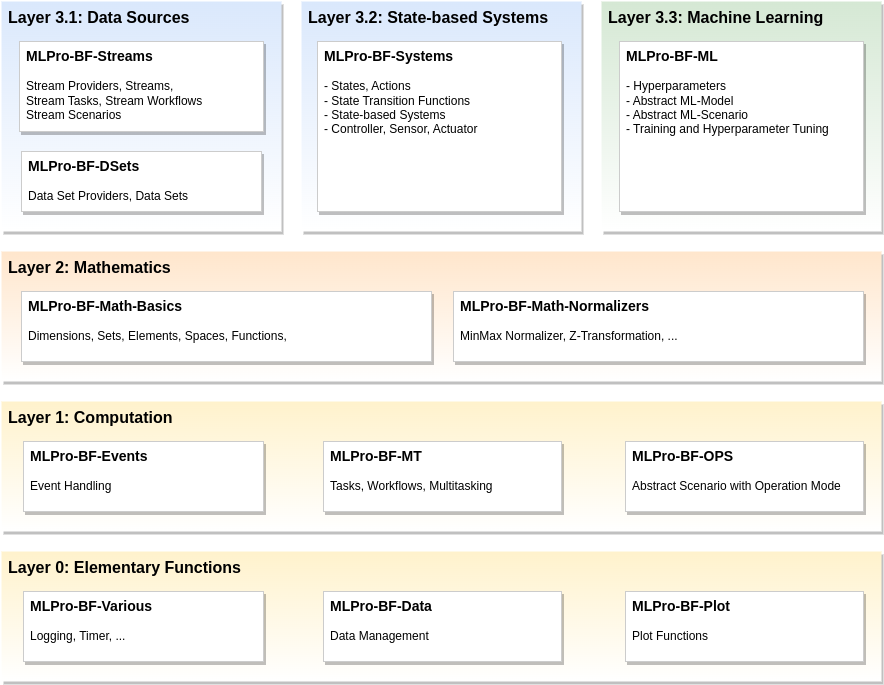
Before: doc/rtd/content/02_basic_functions/mlpro_bf/sub/images/MLPro-BF_Overview.drawio.png, a diagram exported from draw.io (fhswf/MLPro). Source tidied: cells renumbered, new cells last; positions are measured from the earlier drawing's top-left corner, leaving out a move shared by most shapes.
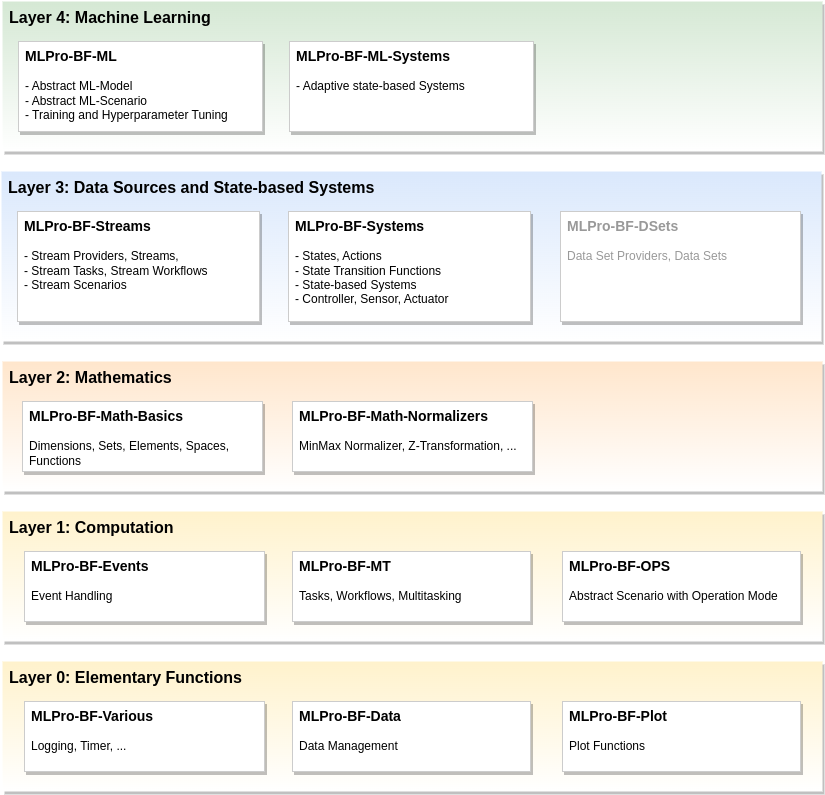
The same file after the commit.

Commit message:
ReadTheDocs - Basic Functions #149

The edit, as a diff of the source:
```diff
@@ -3,58 +3,58 @@
     <mxCell id="0" />
     <mxCell id="1" parent="0" />
     <mxCell id="2" value="Layer 0: Elementary Functions" style="rounded=0;whiteSpace=wrap;html=1;shadow=1;glass=0;fontSize=16;align=left;labelPosition=center;verticalLabelPosition=middle;verticalAlign=top;spacingLeft=5;fontStyle=1;strokeColor=none;fillColor=#fff2cc;strokeWidth=1;fontFamily=Helvetica;gradientColor=#FFFFFF;" parent="1" vertex="1">
-      <mxGeometry y="550" width="880" height="130" as="geometry" />
+      <mxGeometry y="650" width="820" height="130" as="geometry" />
     </mxCell>
-    <mxCell id="3" value="Layer 3.1: Data Sources" style="rounded=0;whiteSpace=wrap;html=1;shadow=1;glass=0;fontSize=16;align=left;labelPosition=center;verticalLabelPosition=middle;verticalAlign=top;spacingLeft=5;spacingRight=5;fontStyle=1;fillColor=#dae8fc;strokeColor=none;strokeWidth=2;gradientColor=#FFFFFF;" parent="1" vertex="1">
-      <mxGeometry width="280" height="230" as="geometry" />
+    <mxCell id="3" value="Layer 3: Data Sources and State-based Systems" style="rounded=0;whiteSpace=wrap;html=1;shadow=1;glass=0;fontSize=16;align=left;labelPosition=center;verticalLabelPosition=middle;verticalAlign=top;spacingLeft=5;spacingRight=5;fontStyle=1;fillColor=#dae8fc;strokeColor=none;strokeWidth=2;gradientColor=#FFFFFF;" parent="1" vertex="1">
+      <mxGeometry x="-1" y="160" width="820" height="170" as="geometry" />
     </mxCell>
     <mxCell id="4" value="Layer 2: Mathematics" style="rounded=0;whiteSpace=wrap;html=1;shadow=1;glass=0;fontSize=16;align=left;labelPosition=center;verticalLabelPosition=middle;verticalAlign=top;spacingLeft=5;fontStyle=1;fillColor=#ffe6cc;strokeColor=none;strokeWidth=1;gradientColor=#FFFFFF;" parent="1" vertex="1">
-      <mxGeometry y="250" width="880" height="130" as="geometry" />
+      <mxGeometry y="350" width="820" height="130" as="geometry" />
     </mxCell>
     <mxCell id="5" value="Layer 1: Computation" style="rounded=0;whiteSpace=wrap;html=1;shadow=1;glass=0;fontSize=16;align=left;labelPosition=center;verticalLabelPosition=middle;verticalAlign=top;spacingLeft=5;fontStyle=1;fillColor=#fff2cc;strokeColor=none;strokeWidth=1;gradientColor=#FFFFFF;" parent="1" vertex="1">
-      <mxGeometry y="400" width="880" height="130" as="geometry" />
+      <mxGeometry y="500" width="820" height="130" as="geometry" />
     </mxCell>
     <mxCell id="6" value="&lt;font style=&quot;font-size: 14px;&quot;&gt;MLPro-BF-Various&lt;/font&gt;&lt;br&gt;&lt;span style=&quot;font-weight: normal;&quot;&gt;&lt;br&gt;Logging, Timer, ...&lt;/span&gt;" style="rounded=0;whiteSpace=wrap;html=1;glass=0;shadow=1;align=left;verticalAlign=top;fontStyle=1;spacingLeft=5;strokeColor=#CCCCCC;" parent="1" vertex="1">
-      <mxGeometry x="22" y="590" width="240" height="70" as="geometry" />
+      <mxGeometry x="22" y="690" width="240" height="70" as="geometry" />
     </mxCell>
-    <mxCell id="7" value="&lt;font style=&quot;font-size: 14px;&quot;&gt;MLPro-BF-Math-Basics&lt;br&gt;&lt;/font&gt;&lt;span style=&quot;font-weight: normal;&quot;&gt;&lt;br&gt;Dimensions, Sets, Elements, Spaces, Functions,&amp;nbsp;&lt;/span&gt;" style="rounded=0;whiteSpace=wrap;html=1;glass=0;shadow=1;align=left;verticalAlign=top;fontStyle=1;spacingLeft=5;strokeColor=#CCCCCC;" parent="1" vertex="1">
-      <mxGeometry x="20" y="290" width="410" height="70" as="geometry" />
+    <mxCell id="7" value="&lt;font style=&quot;font-size: 14px;&quot;&gt;MLPro-BF-Math-Basics&lt;br&gt;&lt;/font&gt;&lt;span style=&quot;font-weight: normal;&quot;&gt;&lt;br&gt;Dimensions, Sets, Elements, Spaces, Functions&lt;/span&gt;" style="rounded=0;whiteSpace=wrap;html=1;glass=0;shadow=1;align=left;verticalAlign=top;fontStyle=1;spacingLeft=5;strokeColor=#CCCCCC;" parent="1" vertex="1">
+      <mxGeometry x="20" y="390" width="240" height="70" as="geometry" />
     </mxCell>
     <mxCell id="8" value="&lt;font style=&quot;font-size: 14px;&quot;&gt;MLPro-BF-Events&lt;/font&gt;&lt;br&gt;&lt;br&gt;&lt;span style=&quot;font-weight: normal;&quot;&gt;Event Handling&lt;/span&gt;" style="rounded=0;whiteSpace=wrap;html=1;glass=0;shadow=1;align=left;verticalAlign=top;fontStyle=1;spacingLeft=5;strokeColor=#CCCCCC;" parent="1" vertex="1">
-      <mxGeometry x="22" y="440" width="240" height="70" as="geometry" />
+      <mxGeometry x="22" y="540" width="240" height="70" as="geometry" />
     </mxCell>
     <mxCell id="9" value="&lt;font style=&quot;font-size: 14px;&quot;&gt;MLPro-BF-MT &lt;/font&gt;&lt;br&gt;&lt;br&gt;&lt;span style=&quot;font-weight: normal;&quot;&gt;Tasks, Workflows, Multitasking&amp;nbsp;&lt;/span&gt;" style="rounded=0;whiteSpace=wrap;html=1;glass=0;shadow=1;align=left;verticalAlign=top;fontStyle=1;spacingLeft=5;strokeColor=#CCCCCC;" parent="1" vertex="1">
-      <mxGeometry x="322" y="440" width="238" height="70" as="geometry" />
+      <mxGeometry x="290" y="540" width="238" height="70" as="geometry" />
     </mxCell>
-    <mxCell id="10" value="&lt;font style=&quot;font-size: 14px;&quot;&gt;MLPro-BF-Streams&lt;/font&gt;&lt;br&gt;&lt;br&gt;&lt;span style=&quot;font-weight: normal;&quot;&gt;Stream Providers, Streams,&lt;br&gt;Stream Tasks, Stream Workflows&lt;br&gt;Stream Scenarios&lt;br&gt;&lt;/span&gt;" style="rounded=0;whiteSpace=wrap;html=1;glass=0;shadow=1;align=left;verticalAlign=top;fontStyle=1;spacingLeft=5;strokeColor=#CCCCCC;" parent="1" vertex="1">
-      <mxGeometry x="18" y="40" width="244" height="90" as="geometry" />
+    <mxCell id="10" value="&lt;font style=&quot;font-size: 14px;&quot;&gt;MLPro-BF-Streams&lt;/font&gt;&lt;br&gt;&lt;br&gt;&lt;span style=&quot;font-weight: normal;&quot;&gt;- Stream Providers, Streams,&lt;br&gt;- Stream Tasks, Stream Workflows&lt;br&gt;- Stream Scenarios&lt;br&gt;&lt;/span&gt;" style="rounded=0;whiteSpace=wrap;html=1;glass=0;shadow=1;align=left;verticalAlign=top;fontStyle=1;spacingLeft=5;strokeColor=#CCCCCC;" parent="1" vertex="1">
+      <mxGeometry x="15" y="200" width="242" height="110" as="geometry" />
     </mxCell>
     <mxCell id="11" value="&lt;font style=&quot;font-size: 14px;&quot;&gt;MLPro-BF-Data&lt;/font&gt;&lt;br&gt;&lt;span style=&quot;font-weight: normal;&quot;&gt;&lt;br&gt;Data Management&lt;/span&gt;" style="rounded=0;whiteSpace=wrap;html=1;glass=0;shadow=1;align=left;verticalAlign=top;fontStyle=1;spacingLeft=5;strokeColor=#CCCCCC;" parent="1" vertex="1">
-      <mxGeometry x="322" y="590" width="238" height="70" as="geometry" />
+      <mxGeometry x="290" y="690" width="238" height="70" as="geometry" />
     </mxCell>
     <mxCell id="12" value="&lt;font style=&quot;font-size: 14px;&quot;&gt;MLPro-BF-Plot&lt;/font&gt;&lt;br&gt;&lt;span style=&quot;font-weight: normal;&quot;&gt;&lt;br&gt;Plot Functions&lt;/span&gt;" style="rounded=0;whiteSpace=wrap;html=1;glass=0;shadow=1;align=left;verticalAlign=top;fontStyle=1;spacingLeft=5;strokeColor=#CCCCCC;" parent="1" vertex="1">
-      <mxGeometry x="624" y="590" width="238" height="70" as="geometry" />
+      <mxGeometry x="560" y="690" width="238" height="70" as="geometry" />
     </mxCell>
-    <mxCell id="13" value="Layer 3.2: State-based Systems" style="rounded=0;whiteSpace=wrap;html=1;shadow=1;glass=0;fontSize=16;align=left;labelPosition=center;verticalLabelPosition=middle;verticalAlign=top;spacingLeft=5;spacingRight=5;fontStyle=1;fillColor=#dae8fc;strokeColor=none;strokeWidth=2;gradientColor=#FFFFFF;" parent="1" vertex="1">
-      <mxGeometry x="300" width="280" height="230" as="geometry" />
-    </mxCell>
-    <mxCell id="14" value="&lt;font style=&quot;font-size: 14px;&quot;&gt;MLPro-BF-DSets&amp;nbsp;&lt;/font&gt;&lt;br&gt;&lt;br&gt;&lt;span style=&quot;font-weight: normal;&quot;&gt;Data Set Providers, Data Sets&lt;/span&gt;" style="rounded=0;whiteSpace=wrap;html=1;glass=0;shadow=1;align=left;verticalAlign=top;fontStyle=1;spacingLeft=5;strokeColor=#CCCCCC;" parent="1" vertex="1">
-      <mxGeometry x="20" y="150" width="240" height="60" as="geometry" />
+    <mxCell id="14" value="&lt;font style=&quot;font-size: 14px;&quot;&gt;MLPro-BF-DSets&amp;nbsp;&lt;/font&gt;&lt;br&gt;&lt;br&gt;&lt;span style=&quot;font-weight: normal;&quot;&gt;Data Set Providers, Data Sets&lt;/span&gt;" style="rounded=0;whiteSpace=wrap;html=1;glass=0;shadow=1;align=left;verticalAlign=top;fontStyle=1;spacingLeft=5;strokeColor=#CCCCCC;textOpacity=40;" parent="1" vertex="1">
+      <mxGeometry x="558" y="200" width="240" height="110" as="geometry" />
     </mxCell>
     <mxCell id="15" value="&lt;span style=&quot;font-size: 14px;&quot;&gt;MLPro-BF-OPS&lt;br&gt;&lt;/span&gt;&lt;br&gt;&lt;span style=&quot;font-weight: 400;&quot;&gt;Abstract Scenario with Operation Mode&lt;/span&gt;" style="rounded=0;whiteSpace=wrap;html=1;glass=0;shadow=1;align=left;verticalAlign=top;fontStyle=1;spacingLeft=5;strokeColor=#CCCCCC;" parent="1" vertex="1">
-      <mxGeometry x="624" y="440" width="238" height="70" as="geometry" />
+      <mxGeometry x="560" y="540" width="238" height="70" as="geometry" />
     </mxCell>
     <mxCell id="16" value="&lt;font style=&quot;font-size: 14px;&quot;&gt;MLPro-BF-Systems&lt;br&gt;&lt;/font&gt;&lt;span style=&quot;font-weight: normal;&quot;&gt;&lt;br&gt;- States, Actions&lt;br&gt;- State Transition Functions&lt;br&gt;- State-based Systems&lt;br&gt;- Controller, Sensor, Actuator&lt;br&gt;&lt;/span&gt;" style="rounded=0;whiteSpace=wrap;html=1;glass=0;shadow=1;align=left;verticalAlign=top;fontStyle=1;spacingLeft=5;strokeColor=#CCCCCC;" parent="1" vertex="1">
-      <mxGeometry x="316" y="40" width="244" height="170" as="geometry" />
+      <mxGeometry x="286" y="200" width="242" height="110" as="geometry" />
     </mxCell>
-    <mxCell id="17" value="Layer 3.3: Machine Learning" style="rounded=0;whiteSpace=wrap;html=1;shadow=1;glass=0;fontSize=16;align=left;labelPosition=center;verticalLabelPosition=middle;verticalAlign=top;spacingLeft=5;spacingRight=5;fontStyle=1;fillColor=#d5e8d4;strokeColor=none;strokeWidth=2;gradientColor=#FFFFFF;" parent="1" vertex="1">
-      <mxGeometry x="600" width="280" height="230" as="geometry" />
+    <mxCell id="17" value="Layer 4: Machine Learning" style="rounded=0;whiteSpace=wrap;html=1;shadow=1;glass=0;fontSize=16;align=left;labelPosition=center;verticalLabelPosition=middle;verticalAlign=top;spacingLeft=5;spacingRight=5;fontStyle=1;fillColor=#d5e8d4;strokeColor=none;strokeWidth=2;gradientColor=#FFFFFF;" parent="1" vertex="1">
+      <mxGeometry y="-10" width="820" height="150" as="geometry" />
     </mxCell>
-    <mxCell id="18" value="&lt;font style=&quot;font-size: 14px;&quot;&gt;MLPro-BF-ML&lt;/font&gt;&lt;span style=&quot;background-color: initial; font-weight: normal;&quot;&gt;&lt;br&gt;&lt;/span&gt;&lt;span style=&quot;background-color: initial; font-weight: normal;&quot;&gt;&lt;br&gt;- Hyperparameters&lt;/span&gt;&lt;span style=&quot;background-color: initial; font-weight: normal;&quot;&gt;&lt;br&gt;&lt;/span&gt;&lt;span style=&quot;background-color: initial; font-weight: normal;&quot;&gt;- Abstract ML-Model&lt;/span&gt;&lt;span style=&quot;background-color: initial; font-weight: normal;&quot;&gt;&lt;br&gt;&lt;/span&gt;&lt;span style=&quot;background-color: initial; font-weight: normal;&quot;&gt;- Abstract ML-Scenario&lt;/span&gt;&lt;span style=&quot;background-color: initial; font-weight: normal;&quot;&gt;&lt;br&gt;&lt;/span&gt;&lt;span style=&quot;background-color: initial; font-weight: normal;&quot;&gt;- Training and Hyperparameter Tuning&lt;/span&gt;&lt;span style=&quot;background-color: initial; font-weight: normal;&quot;&gt;&lt;br&gt;&lt;/span&gt;&lt;blockquote style=&quot;margin: 0 0 0 40px; border: none; padding: 0px;&quot;&gt;&lt;/blockquote&gt;&lt;blockquote style=&quot;margin: 0 0 0 40px; border: none; padding: 0px;&quot;&gt;&lt;/blockquote&gt;" style="rounded=0;whiteSpace=wrap;html=1;glass=0;shadow=1;align=left;verticalAlign=top;fontStyle=1;spacingLeft=5;strokeColor=#CCCCCC;" parent="1" vertex="1">
-      <mxGeometry x="618" y="40" width="244" height="170" as="geometry" />
+    <mxCell id="18" value="&lt;font style=&quot;font-size: 14px;&quot;&gt;MLPro-BF-ML&lt;/font&gt;&lt;span style=&quot;background-color: initial; font-weight: normal;&quot;&gt;&lt;br&gt;&lt;/span&gt;&lt;span style=&quot;background-color: initial; font-weight: normal;&quot;&gt;&lt;br&gt;&lt;/span&gt;&lt;span style=&quot;background-color: initial; font-weight: normal;&quot;&gt;- Abstract ML-Model&lt;/span&gt;&lt;span style=&quot;background-color: initial; font-weight: normal;&quot;&gt;&lt;br&gt;&lt;/span&gt;&lt;span style=&quot;background-color: initial; font-weight: normal;&quot;&gt;- Abstract ML-Scenario&lt;/span&gt;&lt;span style=&quot;background-color: initial; font-weight: normal;&quot;&gt;&lt;br&gt;&lt;/span&gt;&lt;span style=&quot;background-color: initial; font-weight: normal;&quot;&gt;- Training and Hyperparameter Tuning&lt;/span&gt;&lt;span style=&quot;background-color: initial; font-weight: normal;&quot;&gt;&lt;br&gt;&lt;/span&gt;&lt;blockquote style=&quot;margin: 0 0 0 40px; border: none; padding: 0px;&quot;&gt;&lt;/blockquote&gt;&lt;blockquote style=&quot;margin: 0 0 0 40px; border: none; padding: 0px;&quot;&gt;&lt;/blockquote&gt;" style="rounded=0;whiteSpace=wrap;html=1;glass=0;shadow=1;align=left;verticalAlign=top;fontStyle=1;spacingLeft=5;strokeColor=#CCCCCC;" parent="1" vertex="1">
+      <mxGeometry x="16" y="30" width="244" height="90" as="geometry" />
     </mxCell>
     <mxCell id="19" value="&lt;font style=&quot;font-size: 14px;&quot;&gt;MLPro-BF-Math-Normalizers&lt;br&gt;&lt;/font&gt;&lt;span style=&quot;font-weight: normal;&quot;&gt;&lt;br&gt;MinMax Normalizer, Z-Transformation, ...&lt;/span&gt;" style="rounded=0;whiteSpace=wrap;html=1;glass=0;shadow=1;align=left;verticalAlign=top;fontStyle=1;spacingLeft=5;strokeColor=#CCCCCC;" parent="1" vertex="1">
-      <mxGeometry x="452" y="290" width="410" height="70" as="geometry" />
+      <mxGeometry x="290" y="390" width="240" height="70" as="geometry" />
     </mxCell>
+    <mxCell id="20" value="&lt;font style=&quot;font-size: 14px;&quot;&gt;MLPro-BF-ML-Systems&lt;/font&gt;&lt;span style=&quot;background-color: initial; font-weight: normal;&quot;&gt;&lt;br&gt;&lt;/span&gt;&lt;span style=&quot;background-color: initial; font-weight: normal;&quot;&gt;&lt;br&gt;- Adaptive state-based Systems&lt;/span&gt;&lt;span style=&quot;background-color: initial; font-weight: normal;&quot;&gt;&lt;br&gt;&lt;/span&gt;&lt;blockquote style=&quot;margin: 0 0 0 40px; border: none; padding: 0px;&quot;&gt;&lt;/blockquote&gt;&lt;blockquote style=&quot;margin: 0 0 0 40px; border: none; padding: 0px;&quot;&gt;&lt;/blockquote&gt;" style="rounded=0;whiteSpace=wrap;html=1;glass=0;shadow=1;align=left;verticalAlign=top;fontStyle=1;spacingLeft=5;strokeColor=#CCCCCC;" parent="1" vertex="1">
+      <mxGeometry x="287" y="30" width="244" height="90" as="geometry" />
+    </mxCell>
   </root>
 </mxGraphModel>
```
